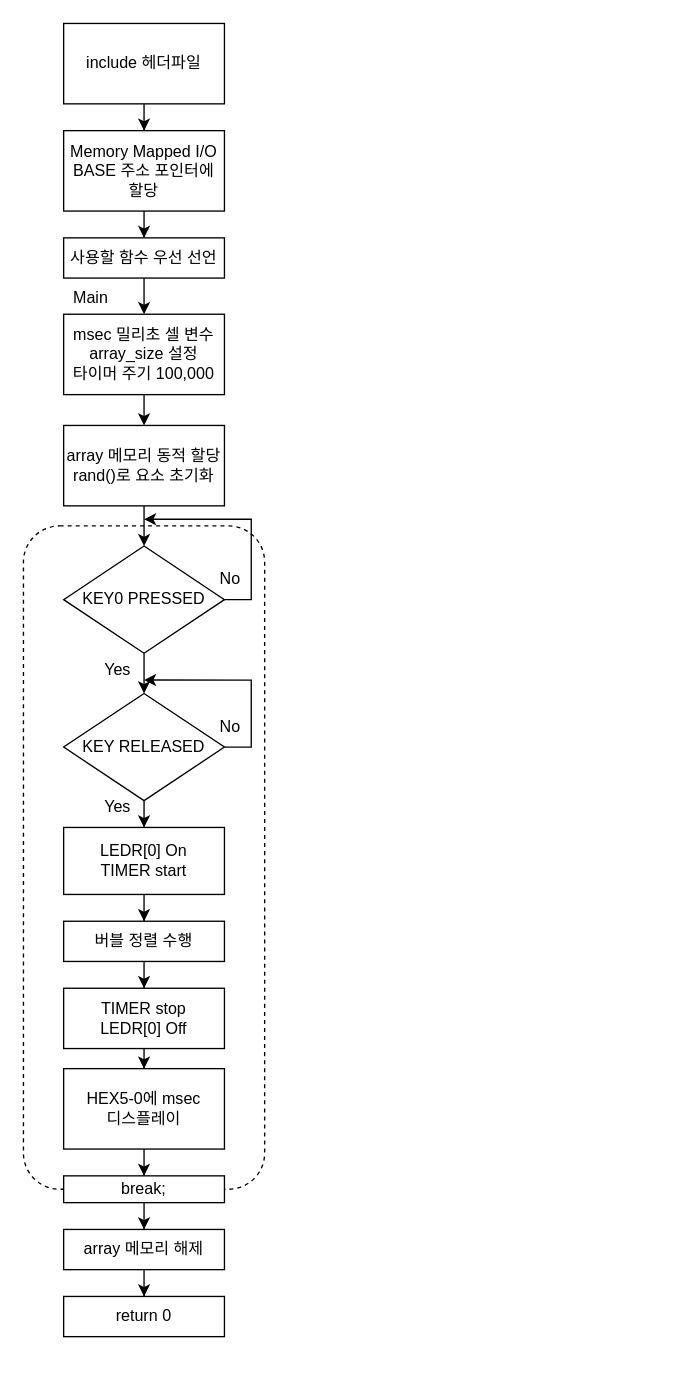
Above: Lab6.drawio in oerreo/HD_draw (draw.io), before the change. Source tidied: cells renumbered, new cells numbered last; positions are measured from the earlier drawing's top-left corner, leaving out a move shared by most shapes. Both pictures are drawn from the tidied source at 134%, with x=0, y=0 at pixel (23, 23).
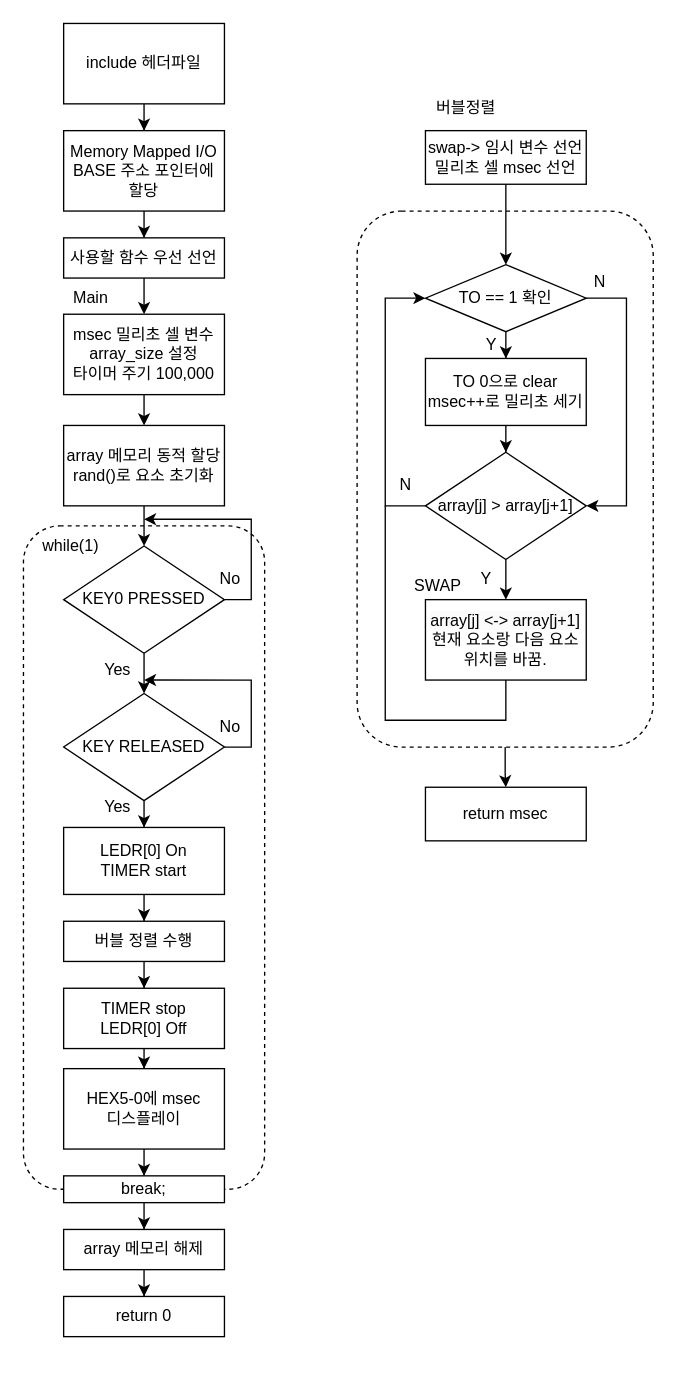
The same page after the edit.

The change refers to these unchanged cells:
```xml
<mxCell id="20" style="group;" parent="1" vertex="1">
  <mxGeometry x="30" y="370" width="192" height="630" as="geometry" />
</mxCell>
```

What changed in the source:
```diff
@@
+    <mxCell id="39" value="while(1)" style="text;html=1;align=center;verticalAlign=middle;strokeColor=none;fillColor=none;" parent="20" vertex="1">
+      <mxGeometry x="-30" y="5" width="70" height="30" as="geometry" />
+    </mxCell>
@@
+    <mxCell id="40" style="edgeStyle=orthogonalEdgeStyle;rounded=0;jettySize=auto;html=1;" parent="1" edge="1" source="41" target="44">
+      <mxGeometry relative="1" as="geometry" />
+    </mxCell>
+    <mxCell id="41" value="swap-&amp;gt; 임시 변수 선언&lt;div&gt;밀리초 셀 msec 선언&lt;/div&gt;" style="rounded=0;whiteSpace=wrap;html=1;" parent="1" vertex="1">
+      <mxGeometry x="300" y="80" width="120" height="40" as="geometry" />
+    </mxCell>
+    <mxCell id="42" value="버블정렬" style="text;html=1;align=center;verticalAlign=middle;strokeColor=none;fillColor=none;" parent="1" vertex="1">
+      <mxGeometry x="300" y="48" width="60" height="30" as="geometry" />
+    </mxCell>
+    <mxCell id="43" style="edgeStyle=orthogonalEdgeStyle;rounded=0;jettySize=auto;html=1;" parent="1" edge="1" source="44" target="46">
+      <mxGeometry relative="1" as="geometry" />
+    </mxCell>
+    <mxCell id="44" value="TO == 1 확인" style="rhombus;whiteSpace=wrap;html=1;rounded=0;" parent="1" vertex="1">
+      <mxGeometry x="300" y="180" width="120" height="50" as="geometry" />
+    </mxCell>
+    <mxCell id="45" style="edgeStyle=orthogonalEdgeStyle;rounded=0;jettySize=auto;html=1;" parent="1" edge="1" source="46" target="49">
+      <mxGeometry relative="1" as="geometry" />
+    </mxCell>
+    <mxCell id="46" value="TO 0으로 clear&lt;br&gt;msec++로 밀리초 세기" style="whiteSpace=wrap;html=1;rounded=0;" parent="1" vertex="1">
+      <mxGeometry x="300" y="250" width="120" height="50" as="geometry" />
+    </mxCell>
+    <mxCell id="47" value="Y" style="text;html=1;align=center;verticalAlign=middle;strokeColor=none;fillColor=none;" parent="1" vertex="1">
+      <mxGeometry x="334" y="225" width="30" height="30" as="geometry" />
+    </mxCell>
+    <mxCell id="48" style="edgeStyle=orthogonalEdgeStyle;rounded=0;jettySize=auto;html=1;" parent="1" edge="1" source="49" target="50">
+      <mxGeometry relative="1" as="geometry" />
+    </mxCell>
+    <mxCell id="49" value="array[j] &amp;gt; array[j+1]" style="rhombus;whiteSpace=wrap;html=1;rounded=0;" parent="1" vertex="1">
+      <mxGeometry x="300" y="320" width="120" height="80" as="geometry" />
+    </mxCell>
+    <mxCell id="50" value="&lt;br&gt;&lt;span style=&quot;color: rgb(0, 0, 0); font-family: Helvetica; font-size: 12px; font-style: normal; font-variant-ligatures: normal; font-variant-caps: normal; font-weight: 400; letter-spacing: normal; orphans: 2; text-align: center; text-indent: 0px; text-transform: none; widows: 2; word-spacing: 0px; -webkit-text-stroke-width: 0px; white-space: normal; background-color: rgb(251, 251, 251); text-decoration-thickness: initial; text-decoration-style: initial; text-decoration-color: initial; display: inline !important; float: none;&quot;&gt;array[j] &amp;lt;-&amp;gt; array[j+1]&lt;/span&gt;&lt;div&gt;현재 요소랑 다음 요소&lt;br&gt;위치를 바꿈.&lt;br&gt;&lt;br&gt;&lt;/div&gt;" style="whiteSpace=wrap;html=1;rounded=0;" parent="1" vertex="1">
+      <mxGeometry x="300" y="430" width="120" height="60" as="geometry" />
+    </mxCell>
+    <mxCell id="51" value="Y" style="text;html=1;align=center;verticalAlign=middle;strokeColor=none;fillColor=none;" parent="1" vertex="1">
+      <mxGeometry x="330" y="400" width="30" height="30" as="geometry" />
+    </mxCell>
+    <mxCell id="52" value="SWAP" style="text;html=1;align=center;verticalAlign=middle;strokeColor=none;fillColor=none;" parent="1" vertex="1">
+      <mxGeometry x="279" y="405" width="60" height="30" as="geometry" />
+    </mxCell>
+    <mxCell id="53" style="endArrow=classic;html=1;rounded=0;exitX=1;exitY=0.5;exitDx=0;exitDy=0;entryX=1;entryY=0.5;entryDx=0;entryDy=0;" parent="1" edge="1" source="44" target="49">
+      <mxGeometry relative="1" as="geometry">
+        <Array as="points">
+          <mxPoint x="450" y="205" />
+          <mxPoint x="450" y="280" />
+          <mxPoint x="450" y="360" />
+        </Array>
+      </mxGeometry>
+    </mxCell>
+    <mxCell id="54" value="N" style="text;html=1;align=center;verticalAlign=middle;strokeColor=none;fillColor=none;" parent="1" vertex="1">
+      <mxGeometry x="415" y="178" width="30" height="30" as="geometry" />
+    </mxCell>
+    <mxCell id="55" style="endArrow=classic;html=1;rounded=0;entryX=0;entryY=0.5;entryDx=0;entryDy=0;exitX=0;exitY=0.5;exitDx=0;exitDy=0;" parent="1" edge="1" source="49" target="44">
+      <mxGeometry relative="1" as="geometry">
+        <Array as="points">
+          <mxPoint x="270" y="360" />
+          <mxPoint x="270" y="280" />
+          <mxPoint x="270" y="205" />
+        </Array>
+      </mxGeometry>
+    </mxCell>
+    <mxCell id="56" value="N" style="text;html=1;align=center;verticalAlign=middle;strokeColor=none;fillColor=none;" parent="1" vertex="1">
+      <mxGeometry x="270" y="330" width="30" height="30" as="geometry" />
+    </mxCell>
+    <mxCell id="57" style="endArrow=none;html=1;rounded=0;exitX=0.5;exitY=1;exitDx=0;exitDy=0;" parent="1" edge="1" source="50">
+      <mxGeometry relative="1" as="geometry">
+        <mxPoint x="270" y="360" as="targetPoint" />
+        <Array as="points">
+          <mxPoint x="360" y="520" />
+          <mxPoint x="270" y="520" />
+          <mxPoint x="270" y="460" />
+        </Array>
+      </mxGeometry>
+    </mxCell>
+    <mxCell id="58" style="edgeStyle=orthogonalEdgeStyle;rounded=0;jettySize=auto;html=1;" parent="1" edge="1" source="59" target="60">
+      <mxGeometry relative="1" as="geometry" />
+    </mxCell>
+    <mxCell id="59" style="rounded=1;whiteSpace=wrap;html=1;fillColor=none;dashed=1;" parent="1" vertex="1">
+      <mxGeometry x="249" y="140" width="221" height="400" as="geometry" />
+    </mxCell>
+    <mxCell id="60" value="return msec" style="whiteSpace=wrap;html=1;fillColor=default;rounded=0;strokeColor=default;" parent="1" vertex="1">
+      <mxGeometry x="300" y="570" width="120" height="40" as="geometry" />
+    </mxCell>
```
